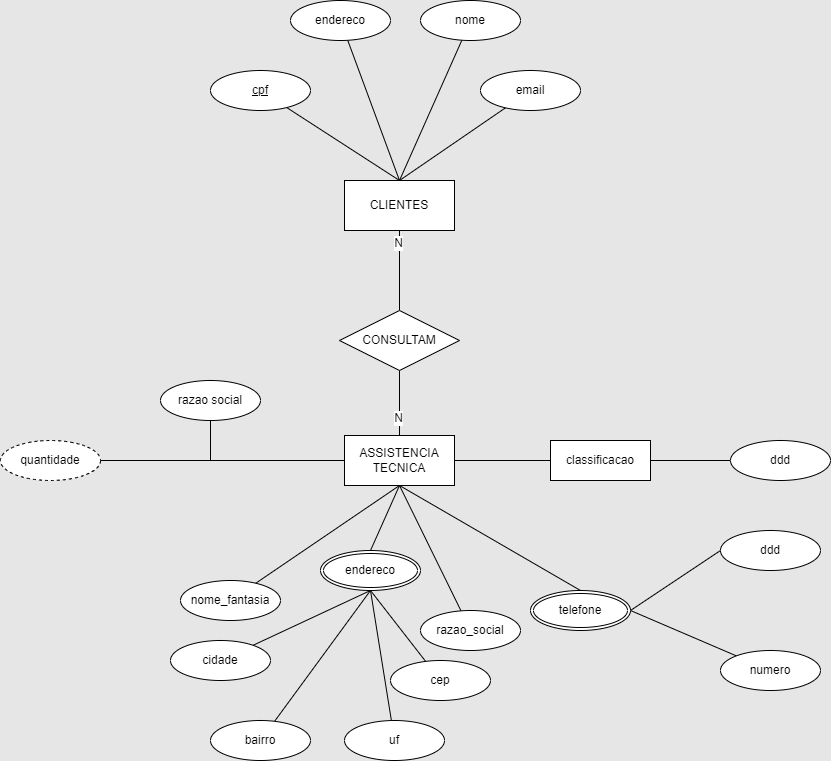
Above: puc2024.2/bcd/cardinalidades/assistenciatecnica.drawio.png in batista29/puc (draw.io), before the change. Source tidied: cells renumbered, new cells last; positions are measured from the earlier drawing's top-left corner, leaving out a move shared by most shapes.
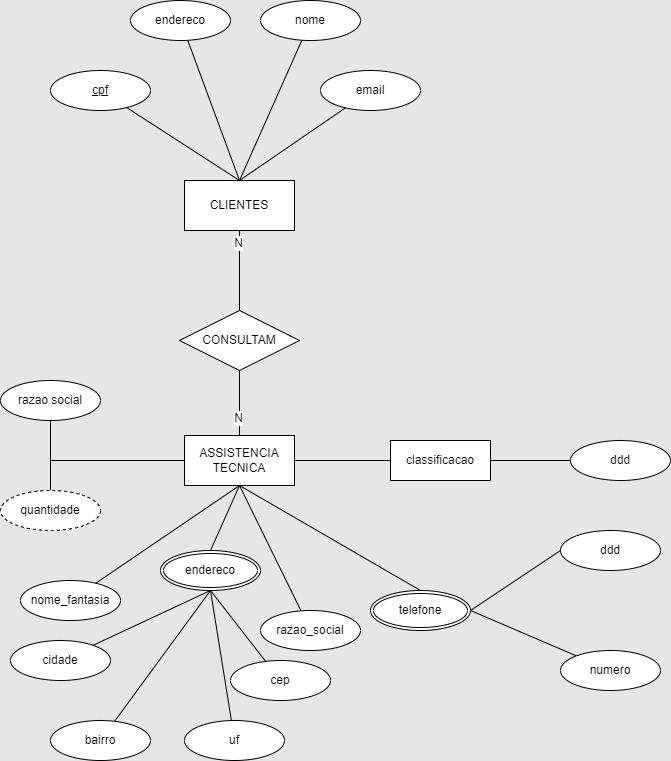
The same diagram one commit later.

Diff of the diagram source:
```diff
@@ -110,11 +110,11 @@
     <mxCell id="37" value="endereco" style="ellipse;shape=doubleEllipse;margin=3;whiteSpace=wrap;html=1;align=center;" parent="1" vertex="1">
       <mxGeometry x="320" y="550" width="100" height="40" as="geometry" />
     </mxCell>
-    <mxCell id="38" style="edgeStyle=orthogonalEdgeStyle;rounded=0;jettySize=auto;html=1;entryX=0;entryY=0.5;entryDx=0;entryDy=0;endArrow=none;endFill=0;" parent="1" edge="1" source="39" target="3">
+    <mxCell id="38" style="edgeStyle=orthogonalEdgeStyle;rounded=0;jettySize=auto;html=1;entryX=0;entryY=0.5;entryDx=0;entryDy=0;endArrow=none;endFill=0;exitX=0.5;exitY=0;exitDx=0;exitDy=0;" parent="1" edge="1" source="39" target="3">
       <mxGeometry relative="1" as="geometry" />
     </mxCell>
     <mxCell id="39" value="quantidade" style="ellipse;whiteSpace=wrap;html=1;align=center;dashed=1;" parent="1" vertex="1">
-      <mxGeometry y="440" width="100" height="40" as="geometry" />
+      <mxGeometry x="160" y="490" width="100" height="40" as="geometry" />
     </mxCell>
     <mxCell id="40" style="edgeStyle=orthogonalEdgeStyle;rounded=0;jettySize=auto;html=1;entryX=0;entryY=0.5;entryDx=0;entryDy=0;exitX=0.5;exitY=1;exitDx=0;exitDy=0;endArrow=none;endFill=0;" parent="1" edge="1" source="41" target="3">
       <mxGeometry relative="1" as="geometry" />
```
